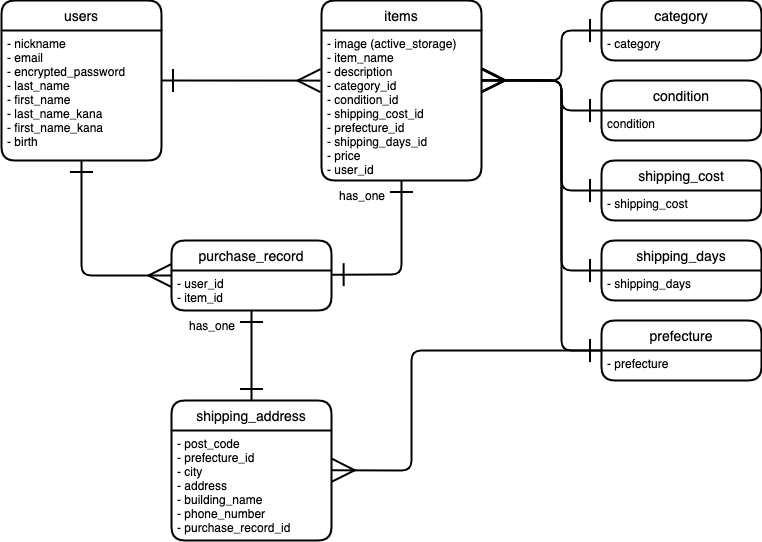
This is app/assets/stylesheets/ER.drawio.png from tmu1020/furima-36978, a draw.io export, as it was before one commit. Source tidied: cells renumbered, new cells last; positions are measured from the earlier drawing's top-left corner, leaving out a move shared by most shapes. Its diagram source:
```xml
<mxGraphModel>
  <root>
    <mxCell id="0" />
    <mxCell id="1" parent="0" />
    <mxCell id="2" style="edgeStyle=none;jumpSize=6;html=1;entryX=1.004;entryY=0.105;entryDx=0;entryDy=0;startArrow=ERone;startFill=0;endArrow=ERone;endFill=0;startSize=20;endSize=20;strokeColor=default;strokeWidth=2;exitX=0.5;exitY=1;exitDx=0;exitDy=0;entryPerimeter=0;" parent="1" edge="1" source="4" target="10">
      <mxGeometry relative="1" as="geometry">
        <Array as="points">
          <mxPoint x="400" y="274" />
        </Array>
      </mxGeometry>
    </mxCell>
    <mxCell id="3" value="items" style="swimlane;horizontal=1;startSize=30;rounded=1;fontSize=14;fontStyle=0;strokeWidth=2;shadow=0;dashed=0;align=center;" parent="1" vertex="1">
      <mxGeometry x="320" width="160" height="180" as="geometry" />
    </mxCell>
    <mxCell id="4" value="- image (active_storage)&#10;- item_name&#10;- description&#10;- category_id&#10;- condition_id&#10;- shipping_cost_id&#10;- prefecture_id&#10;- shipping_days_id&#10;- price&#10;- user_id" style="align=left;strokeColor=none;fillColor=none;spacingLeft=4;fontSize=12;verticalAlign=top;" parent="3" vertex="1">
      <mxGeometry y="30" width="160" height="150" as="geometry" />
    </mxCell>
    <mxCell id="5" style="edgeStyle=none;jumpSize=6;html=1;exitX=1;exitY=0.5;exitDx=0;exitDy=0;entryX=-0.006;entryY=0.334;entryDx=0;entryDy=0;entryPerimeter=0;startArrow=ERone;startFill=0;endArrow=ERmany;endFill=0;startSize=20;endSize=20;strokeColor=default;strokeWidth=2;" parent="1" edge="1" source="6" target="4">
      <mxGeometry relative="1" as="geometry" />
    </mxCell>
    <mxCell id="6" value="users" style="swimlane;horizontal=1;startSize=30;rounded=1;fontSize=14;fontStyle=0;strokeWidth=2;shadow=0;dashed=0;align=center;" parent="1" vertex="1">
      <mxGeometry width="160" height="160" as="geometry" />
    </mxCell>
    <mxCell id="7" value="- nickname&#10;- email&#10;- encrypted_password&#10;- last_name&#10;- first_name&#10;- last_name_kana&#10;- first_name_kana&#10;- birth" style="align=left;strokeColor=none;fillColor=none;spacingLeft=4;fontSize=12;verticalAlign=top;" parent="6" vertex="1">
      <mxGeometry y="30" width="160" height="130" as="geometry" />
    </mxCell>
    <mxCell id="8" style="edgeStyle=none;jumpSize=6;html=1;startArrow=ERone;startFill=0;endArrow=ERmany;endFill=0;startSize=20;endSize=20;strokeColor=default;strokeWidth=2;" parent="1" edge="1" source="7">
      <mxGeometry relative="1" as="geometry">
        <mxPoint x="160" y="80" as="targetPoint" />
      </mxGeometry>
    </mxCell>
    <mxCell id="9" value="purchase_record" style="swimlane;horizontal=1;startSize=30;rounded=1;fontSize=14;fontStyle=0;strokeWidth=2;shadow=0;dashed=0;align=center;" parent="1" vertex="1">
      <mxGeometry x="170" y="240" width="160" height="70" as="geometry" />
    </mxCell>
    <mxCell id="10" value="- user_id&#10;- item_id" style="align=left;strokeColor=none;fillColor=none;spacingLeft=4;fontSize=12;verticalAlign=top;" parent="9" vertex="1">
      <mxGeometry y="30" width="160" height="40" as="geometry" />
    </mxCell>
    <mxCell id="11" value="shipping_address" style="swimlane;horizontal=1;startSize=30;rounded=1;fontSize=14;fontStyle=0;strokeWidth=2;shadow=0;dashed=0;align=center;" parent="1" vertex="1">
      <mxGeometry x="170" y="400" width="160" height="140" as="geometry" />
    </mxCell>
    <mxCell id="12" value="- post_code&#10;- prefecture_id&#10;- city&#10;- address&#10;- building_name&#10;- phone_number&#10;- purchase_record_id" style="align=left;strokeColor=none;fillColor=none;spacingLeft=4;fontSize=12;verticalAlign=top;" parent="11" vertex="1">
      <mxGeometry y="30" width="160" height="110" as="geometry" />
    </mxCell>
    <mxCell id="13" style="edgeStyle=none;jumpSize=6;html=1;entryX=0;entryY=0.5;entryDx=0;entryDy=0;startArrow=ERone;startFill=0;endArrow=ERmany;endFill=0;startSize=20;endSize=20;strokeColor=default;strokeWidth=2;" parent="1" edge="1" source="7" target="9">
      <mxGeometry relative="1" as="geometry">
        <Array as="points">
          <mxPoint x="80" y="180" />
          <mxPoint x="80" y="275" />
        </Array>
      </mxGeometry>
    </mxCell>
    <mxCell id="14" style="shape=table;startSize=0;rowLines=0;fontStyle=0;align=center;strokeColor=none;fillColor=none;" parent="1" vertex="1">
      <mxGeometry x="150" y="310" width="100" height="30" as="geometry" />
    </mxCell>
    <mxCell id="15" style="shape=partialRectangle;fillColor=none;top=0;left=0;bottom=0;right=0;" parent="14" vertex="1">
      <mxGeometry width="100" height="30" as="geometry" />
    </mxCell>
    <mxCell id="16" style="shape=partialRectangle;fillColor=none;top=0;left=0;bottom=0;right=0;overflow=hidden;" parent="15" vertex="1">
      <mxGeometry width="30" height="30" as="geometry" />
    </mxCell>
    <mxCell id="17" value="has_one" style="shape=partialRectangle;fillColor=none;top=0;left=0;bottom=0;right=0;align=left;spacingLeft=6;overflow=hidden;" parent="15" vertex="1">
      <mxGeometry x="30" width="70" height="30" as="geometry" />
    </mxCell>
    <mxCell id="18" style="shape=table;startSize=0;rowLines=0;fontStyle=0;align=center;strokeColor=none;fillColor=none;" parent="1" vertex="1">
      <mxGeometry x="300" y="180" width="90" height="30" as="geometry" />
    </mxCell>
    <mxCell id="19" style="shape=partialRectangle;fillColor=none;top=0;left=0;bottom=0;right=0;" parent="18" vertex="1">
      <mxGeometry width="90" height="30" as="geometry" />
    </mxCell>
    <mxCell id="20" style="shape=partialRectangle;fillColor=none;top=0;left=0;bottom=0;right=0;overflow=hidden;" parent="19" vertex="1">
      <mxGeometry width="30" height="30" as="geometry" />
    </mxCell>
    <mxCell id="21" value="has_one" style="shape=partialRectangle;fillColor=none;top=0;left=0;bottom=0;right=0;align=left;spacingLeft=6;overflow=hidden;" parent="19" vertex="1">
      <mxGeometry x="30" width="60" height="30" as="geometry" />
    </mxCell>
    <mxCell id="22" style="edgeStyle=none;jumpSize=6;html=1;entryX=0.5;entryY=0;entryDx=0;entryDy=0;startArrow=ERone;startFill=0;endArrow=ERone;endFill=0;startSize=20;endSize=20;strokeColor=default;strokeWidth=2;" parent="1" edge="1" source="10" target="11">
      <mxGeometry relative="1" as="geometry" />
    </mxCell>
    <mxCell id="23" value="prefecture" style="swimlane;horizontal=1;startSize=30;rounded=1;fontSize=14;fontStyle=0;strokeWidth=2;shadow=0;dashed=0;align=center;" parent="1" vertex="1">
      <mxGeometry x="600" y="320" width="160" height="60" as="geometry" />
    </mxCell>
    <mxCell id="24" value="- prefecture" style="align=left;strokeColor=none;fillColor=none;spacingLeft=4;fontSize=12;verticalAlign=top;" parent="23" vertex="1">
      <mxGeometry y="30" width="160" height="30" as="geometry" />
    </mxCell>
    <mxCell id="25" value="shipping_days" style="swimlane;horizontal=1;startSize=30;rounded=1;fontSize=14;fontStyle=0;strokeWidth=2;shadow=0;dashed=0;align=center;" parent="1" vertex="1">
      <mxGeometry x="600" y="240" width="160" height="60" as="geometry" />
    </mxCell>
    <mxCell id="26" value="- shipping_days" style="align=left;strokeColor=none;fillColor=none;spacingLeft=4;fontSize=12;verticalAlign=top;" parent="25" vertex="1">
      <mxGeometry y="30" width="160" height="30" as="geometry" />
    </mxCell>
    <mxCell id="27" style="edgeStyle=none;jumpSize=6;html=1;exitX=0;exitY=0.5;exitDx=0;exitDy=0;startArrow=ERone;startFill=0;endArrow=ERmany;endFill=0;startSize=20;endSize=20;strokeColor=default;strokeWidth=2;entryX=1;entryY=0.334;entryDx=0;entryDy=0;entryPerimeter=0;" parent="1" edge="1" source="28" target="4">
      <mxGeometry relative="1" as="geometry">
        <Array as="points">
          <mxPoint x="560" y="110" />
          <mxPoint x="560" y="80" />
        </Array>
      </mxGeometry>
    </mxCell>
    <mxCell id="28" value="condition" style="swimlane;horizontal=1;startSize=30;rounded=1;fontSize=14;fontStyle=0;strokeWidth=2;shadow=0;dashed=0;align=center;" parent="1" vertex="1">
      <mxGeometry x="600" y="80" width="160" height="60" as="geometry" />
    </mxCell>
    <mxCell id="29" value="condition" style="align=left;strokeColor=none;fillColor=none;spacingLeft=4;fontSize=12;verticalAlign=top;" parent="28" vertex="1">
      <mxGeometry y="30" width="160" height="30" as="geometry" />
    </mxCell>
    <mxCell id="30" value="category" style="swimlane;horizontal=1;startSize=30;rounded=1;fontSize=14;fontStyle=0;strokeWidth=2;shadow=0;dashed=0;align=center;" parent="1" vertex="1">
      <mxGeometry x="600" width="160" height="60" as="geometry" />
    </mxCell>
    <mxCell id="31" value="- category" style="align=left;strokeColor=none;fillColor=none;spacingLeft=4;fontSize=12;verticalAlign=top;" parent="30" vertex="1">
      <mxGeometry y="30" width="160" height="30" as="geometry" />
    </mxCell>
    <mxCell id="32" value="shipping_cost" style="swimlane;horizontal=1;startSize=30;rounded=1;fontSize=14;fontStyle=0;strokeWidth=2;shadow=0;dashed=0;align=center;" parent="1" vertex="1">
      <mxGeometry x="600" y="160" width="160" height="60" as="geometry" />
    </mxCell>
    <mxCell id="33" value="- shipping_cost" style="align=left;strokeColor=none;fillColor=none;spacingLeft=4;fontSize=12;verticalAlign=top;" parent="32" vertex="1">
      <mxGeometry y="30" width="160" height="30" as="geometry" />
    </mxCell>
    <mxCell id="34" style="edgeStyle=none;jumpSize=6;html=1;exitX=0;exitY=0;exitDx=0;exitDy=0;startArrow=ERone;startFill=0;endArrow=ERmany;endFill=0;startSize=20;endSize=20;strokeColor=default;strokeWidth=2;entryX=1.004;entryY=0.331;entryDx=0;entryDy=0;entryPerimeter=0;" parent="1" edge="1" source="33" target="4">
      <mxGeometry relative="1" as="geometry">
        <Array as="points">
          <mxPoint x="560" y="190" />
          <mxPoint x="560" y="80" />
        </Array>
      </mxGeometry>
    </mxCell>
    <mxCell id="35" style="edgeStyle=none;jumpSize=6;html=1;exitX=0;exitY=0;exitDx=0;exitDy=0;entryX=1.002;entryY=0.361;entryDx=0;entryDy=0;startArrow=ERone;startFill=0;endArrow=ERmany;endFill=0;startSize=20;endSize=20;strokeColor=default;strokeWidth=2;entryPerimeter=0;" parent="1" edge="1" source="24" target="12">
      <mxGeometry relative="1" as="geometry">
        <Array as="points">
          <mxPoint x="410" y="350" />
          <mxPoint x="410" y="470" />
        </Array>
      </mxGeometry>
    </mxCell>
    <mxCell id="36" style="edgeStyle=none;jumpSize=6;html=1;exitX=0;exitY=0;exitDx=0;exitDy=0;startArrow=ERone;startFill=0;endArrow=ERmany;endFill=0;startSize=20;endSize=20;strokeColor=default;strokeWidth=2;entryX=1.005;entryY=0.332;entryDx=0;entryDy=0;entryPerimeter=0;" parent="1" edge="1" source="31" target="4">
      <mxGeometry relative="1" as="geometry">
        <Array as="points">
          <mxPoint x="560" y="30" />
          <mxPoint x="560" y="80" />
        </Array>
      </mxGeometry>
    </mxCell>
    <mxCell id="37" style="edgeStyle=none;jumpSize=6;html=1;exitX=0;exitY=0;exitDx=0;exitDy=0;startArrow=ERone;startFill=0;endArrow=ERmany;endFill=0;startSize=20;endSize=20;strokeColor=default;strokeWidth=2;entryX=1;entryY=0.332;entryDx=0;entryDy=0;entryPerimeter=0;" parent="1" edge="1" source="26" target="4">
      <mxGeometry relative="1" as="geometry">
        <Array as="points">
          <mxPoint x="560" y="270" />
          <mxPoint x="560" y="80" />
        </Array>
      </mxGeometry>
    </mxCell>
    <mxCell id="38" style="edgeStyle=none;jumpSize=6;html=1;exitX=0;exitY=0;exitDx=0;exitDy=0;startArrow=ERone;startFill=0;endArrow=ERmany;endFill=0;startSize=20;endSize=20;strokeColor=default;strokeWidth=2;entryX=1.002;entryY=0.331;entryDx=0;entryDy=0;entryPerimeter=0;" parent="1" edge="1" source="24" target="4">
      <mxGeometry relative="1" as="geometry">
        <Array as="points">
          <mxPoint x="560" y="350" />
          <mxPoint x="560" y="80" />
        </Array>
      </mxGeometry>
    </mxCell>
  </root>
</mxGraphModel>
```
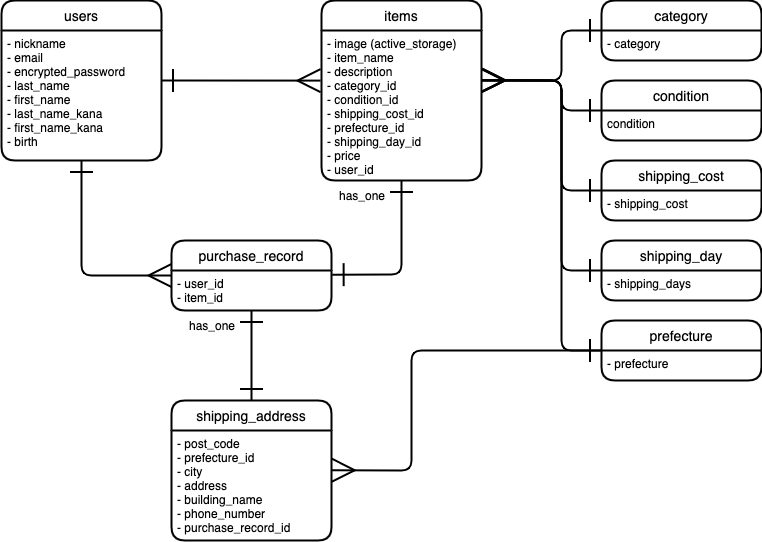
Later version of the same file.

Commit message:
ER図とREADMEの修正１回目

Diff of the diagram source:
```diff
@@ -12,7 +12,7 @@
     <mxCell id="3" value="items" style="swimlane;horizontal=1;startSize=30;rounded=1;fontSize=14;fontStyle=0;strokeWidth=2;shadow=0;dashed=0;align=center;" parent="1" vertex="1">
       <mxGeometry x="320" width="160" height="180" as="geometry" />
     </mxCell>
-    <mxCell id="4" value="- image (active_storage)&#10;- item_name&#10;- description&#10;- category_id&#10;- condition_id&#10;- shipping_cost_id&#10;- prefecture_id&#10;- shipping_days_id&#10;- price&#10;- user_id" style="align=left;strokeColor=none;fillColor=none;spacingLeft=4;fontSize=12;verticalAlign=top;" parent="3" vertex="1">
+    <mxCell id="4" value="- image (active_storage)&#10;- item_name&#10;- description&#10;- category_id&#10;- condition_id&#10;- shipping_cost_id&#10;- prefecture_id&#10;- shipping_day_id&#10;- price&#10;- user_id" style="align=left;strokeColor=none;fillColor=none;spacingLeft=4;fontSize=12;verticalAlign=top;" parent="3" vertex="1">
       <mxGeometry y="30" width="160" height="150" as="geometry" />
     </mxCell>
     <mxCell id="5" style="edgeStyle=none;jumpSize=6;html=1;exitX=1;exitY=0.5;exitDx=0;exitDy=0;entryX=-0.006;entryY=0.334;entryDx=0;entryDy=0;entryPerimeter=0;startArrow=ERone;startFill=0;endArrow=ERmany;endFill=0;startSize=20;endSize=20;strokeColor=default;strokeWidth=2;" parent="1" edge="1" source="6" target="4">
@@ -82,7 +82,7 @@
     <mxCell id="24" value="- prefecture" style="align=left;strokeColor=none;fillColor=none;spacingLeft=4;fontSize=12;verticalAlign=top;" parent="23" vertex="1">
       <mxGeometry y="30" width="160" height="30" as="geometry" />
     </mxCell>
-    <mxCell id="25" value="shipping_days" style="swimlane;horizontal=1;startSize=30;rounded=1;fontSize=14;fontStyle=0;strokeWidth=2;shadow=0;dashed=0;align=center;" parent="1" vertex="1">
+    <mxCell id="25" value="shipping_day" style="swimlane;horizontal=1;startSize=30;rounded=1;fontSize=14;fontStyle=0;strokeWidth=2;shadow=0;dashed=0;align=center;" parent="1" vertex="1">
       <mxGeometry x="600" y="240" width="160" height="60" as="geometry" />
     </mxCell>
     <mxCell id="26" value="- shipping_days" style="align=left;strokeColor=none;fillColor=none;spacingLeft=4;fontSize=12;verticalAlign=top;" parent="25" vertex="1">
```
